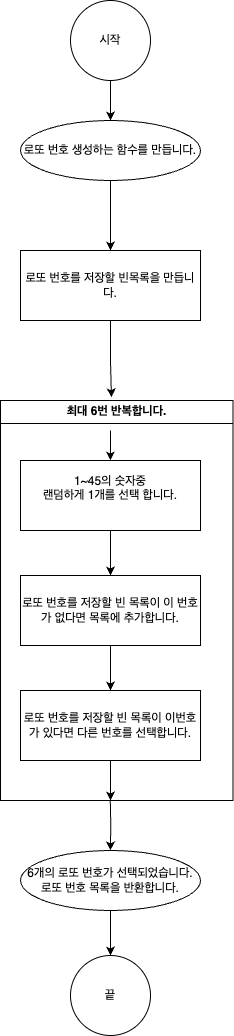
This is step1.drawio.png from yagom-academy/swift-starter-Round2, a draw.io export, as it was before one commit. Source tidied: cells renumbered, new cells last; positions are measured from the earlier drawing's top-left corner, leaving out a move shared by most shapes. Its diagram source:
```xml
<mxGraphModel>
  <root>
    <mxCell id="0" />
    <mxCell id="1" parent="0" />
    <mxCell id="2" style="edgeStyle=orthogonalEdgeStyle;rounded=0;jettySize=auto;html=1;" parent="1" edge="1" source="3" target="5">
      <mxGeometry relative="1" as="geometry" />
    </mxCell>
    <mxCell id="3" value="로또 번호 생성하는 함수를 만듭니다." style="ellipse;whiteSpace=wrap;html=1;" parent="1" vertex="1">
      <mxGeometry x="20" y="120" width="180" height="60" as="geometry" />
    </mxCell>
    <mxCell id="4" style="edgeStyle=orthogonalEdgeStyle;rounded=0;jettySize=auto;html=1;entryX=0.477;entryY=-0.008;entryDx=0;entryDy=0;entryPerimeter=0;" parent="1" edge="1" source="5" target="9">
      <mxGeometry relative="1" as="geometry" />
    </mxCell>
    <mxCell id="5" value="로또 번호를 저장할 빈목록을 만듭니다." style="whiteSpace=wrap;html=1;align=center;" parent="1" vertex="1">
      <mxGeometry x="20" y="250" width="180" height="70" as="geometry" />
    </mxCell>
    <mxCell id="6" style="edgeStyle=orthogonalEdgeStyle;rounded=0;jettySize=auto;html=1;entryX=0.5;entryY=0;entryDx=0;entryDy=0;" parent="1" edge="1" source="7" target="19">
      <mxGeometry relative="1" as="geometry" />
    </mxCell>
    <mxCell id="7" value="6개의 로또 번호가 선택되었습니다.&lt;br&gt;로또 번호 목록을 반환합니다." style="ellipse;whiteSpace=wrap;html=1;" parent="1" vertex="1">
      <mxGeometry x="20" y="850" width="180" height="60" as="geometry" />
    </mxCell>
    <mxCell id="8" style="edgeStyle=orthogonalEdgeStyle;rounded=0;orthogonalLoop=1;jettySize=auto;html=1;entryX=0.535;entryY=0;entryDx=0;entryDy=0;entryPerimeter=0;" parent="1" edge="1">
      <mxGeometry relative="1" as="geometry">
        <mxPoint x="109.8" y="800" as="sourcePoint" />
        <mxPoint x="109.9" y="850" as="targetPoint" />
      </mxGeometry>
    </mxCell>
    <mxCell id="9" value="최대 6번 반복합니다." style="swimlane;whiteSpace=wrap;html=1;" parent="1" vertex="1">
      <mxGeometry y="400" width="232.5" height="400" as="geometry" />
    </mxCell>
    <mxCell id="10" style="edgeStyle=orthogonalEdgeStyle;rounded=0;jettySize=auto;html=1;entryX=0.5;entryY=0;entryDx=0;entryDy=0;" parent="9" edge="1" source="11" target="13">
      <mxGeometry relative="1" as="geometry" />
    </mxCell>
    <mxCell id="11" value="1~45의 숫자중 &lt;br&gt;랜덤하게 1개를 선택 합니다.&lt;br&gt;&amp;nbsp;" style="whiteSpace=wrap;html=1;align=center;" parent="9" vertex="1">
      <mxGeometry x="20" y="60" width="180" height="70" as="geometry" />
    </mxCell>
    <mxCell id="12" style="edgeStyle=orthogonalEdgeStyle;rounded=0;jettySize=auto;html=1;entryX=0.5;entryY=0;entryDx=0;entryDy=0;" parent="9" edge="1" source="13" target="15">
      <mxGeometry relative="1" as="geometry" />
    </mxCell>
    <mxCell id="13" value="로또 번호를 저장할 빈 목록이 이 번호가 없다면 목록에 추가합니다." style="whiteSpace=wrap;html=1;align=center;" parent="9" vertex="1">
      <mxGeometry x="20" y="175" width="180" height="70" as="geometry" />
    </mxCell>
    <mxCell id="14" style="edgeStyle=orthogonalEdgeStyle;rounded=0;jettySize=auto;html=1;" parent="9" edge="1" source="15">
      <mxGeometry relative="1" as="geometry">
        <mxPoint x="110" y="400" as="targetPoint" />
      </mxGeometry>
    </mxCell>
    <mxCell id="15" value="로또 번호를 저장할 빈 목록이 이번호가 있다면 다른 번호를 선택합니다." style="whiteSpace=wrap;html=1;align=center;" parent="9" vertex="1">
      <mxGeometry x="20" y="290" width="180" height="70" as="geometry" />
    </mxCell>
    <mxCell id="16" style="edgeStyle=orthogonalEdgeStyle;rounded=0;orthogonalLoop=1;jettySize=auto;html=1;entryX=0.5;entryY=0;entryDx=0;entryDy=0;" parent="9" edge="1">
      <mxGeometry relative="1" as="geometry">
        <mxPoint x="110" y="30" as="sourcePoint" />
        <mxPoint x="109.9" y="60" as="targetPoint" />
      </mxGeometry>
    </mxCell>
    <mxCell id="17" style="edgeStyle=orthogonalEdgeStyle;rounded=0;jettySize=auto;html=1;entryX=0.5;entryY=0;entryDx=0;entryDy=0;" parent="1" edge="1" source="18" target="3">
      <mxGeometry relative="1" as="geometry" />
    </mxCell>
    <mxCell id="18" value="시작" style="ellipse;whiteSpace=wrap;html=1;" parent="1" vertex="1">
      <mxGeometry x="70" width="80" height="80" as="geometry" />
    </mxCell>
    <mxCell id="19" value="끝" style="ellipse;whiteSpace=wrap;html=1;" parent="1" vertex="1">
      <mxGeometry x="70" y="955" width="80" height="80" as="geometry" />
    </mxCell>
  </root>
</mxGraphModel>
```
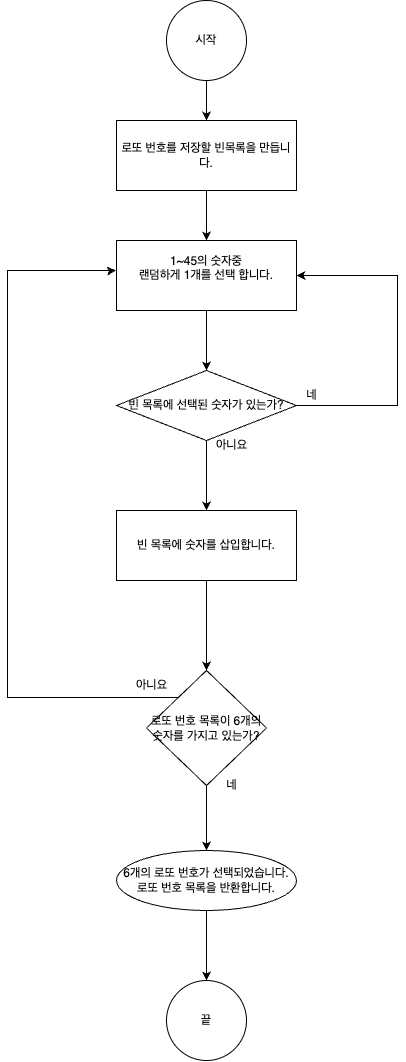
The same file after the commit.

Commit message:
Week2 [STEP 1] smith_ flowchartUpdate_addConditionalStatwmwnt

Diff of the diagram source:
```diff
@@ -2,17 +2,11 @@
   <root>
     <mxCell id="0" />
     <mxCell id="1" parent="0" />
-    <mxCell id="2" style="edgeStyle=orthogonalEdgeStyle;rounded=0;jettySize=auto;html=1;" parent="1" edge="1" source="3" target="5">
-      <mxGeometry relative="1" as="geometry" />
-    </mxCell>
-    <mxCell id="3" value="로또 번호 생성하는 함수를 만듭니다." style="ellipse;whiteSpace=wrap;html=1;" parent="1" vertex="1">
-      <mxGeometry x="20" y="120" width="180" height="60" as="geometry" />
-    </mxCell>
-    <mxCell id="4" style="edgeStyle=orthogonalEdgeStyle;rounded=0;jettySize=auto;html=1;entryX=0.477;entryY=-0.008;entryDx=0;entryDy=0;entryPerimeter=0;" parent="1" edge="1" source="5" target="9">
-      <mxGeometry relative="1" as="geometry" />
-    </mxCell>
+    <mxCell id="20" style="edgeStyle=orthogonalEdgeStyle;rounded=0;jettySize=auto;html=1;entryX=0.5;entryY=0;entryDx=0;entryDy=0;" parent="1" edge="1" source="5" target="11">
+      <mxGeometry relative="1" as="geometry" />
+    </mxCell>
     <mxCell id="5" value="로또 번호를 저장할 빈목록을 만듭니다." style="whiteSpace=wrap;html=1;align=center;" parent="1" vertex="1">
-      <mxGeometry x="20" y="250" width="180" height="70" as="geometry" />
+      <mxGeometry x="20" y="120" width="180" height="70" as="geometry" />
     </mxCell>
     <mxCell id="6" style="edgeStyle=orthogonalEdgeStyle;rounded=0;jettySize=auto;html=1;entryX=0.5;entryY=0;entryDx=0;entryDy=0;" parent="1" edge="1" source="7" target="19">
       <mxGeometry relative="1" as="geometry" />
@@ -20,49 +14,69 @@
     <mxCell id="7" value="6개의 로또 번호가 선택되었습니다.&lt;br&gt;로또 번호 목록을 반환합니다." style="ellipse;whiteSpace=wrap;html=1;" parent="1" vertex="1">
       <mxGeometry x="20" y="850" width="180" height="60" as="geometry" />
     </mxCell>
-    <mxCell id="8" style="edgeStyle=orthogonalEdgeStyle;rounded=0;orthogonalLoop=1;jettySize=auto;html=1;entryX=0.535;entryY=0;entryDx=0;entryDy=0;entryPerimeter=0;" parent="1" edge="1">
-      <mxGeometry relative="1" as="geometry">
-        <mxPoint x="109.8" y="800" as="sourcePoint" />
-        <mxPoint x="109.9" y="850" as="targetPoint" />
-      </mxGeometry>
-    </mxCell>
-    <mxCell id="9" value="최대 6번 반복합니다." style="swimlane;whiteSpace=wrap;html=1;" parent="1" vertex="1">
-      <mxGeometry y="400" width="232.5" height="400" as="geometry" />
-    </mxCell>
-    <mxCell id="10" style="edgeStyle=orthogonalEdgeStyle;rounded=0;jettySize=auto;html=1;entryX=0.5;entryY=0;entryDx=0;entryDy=0;" parent="9" edge="1" source="11" target="13">
-      <mxGeometry relative="1" as="geometry" />
-    </mxCell>
-    <mxCell id="11" value="1~45의 숫자중 &lt;br&gt;랜덤하게 1개를 선택 합니다.&lt;br&gt;&amp;nbsp;" style="whiteSpace=wrap;html=1;align=center;" parent="9" vertex="1">
-      <mxGeometry x="20" y="60" width="180" height="70" as="geometry" />
-    </mxCell>
-    <mxCell id="12" style="edgeStyle=orthogonalEdgeStyle;rounded=0;jettySize=auto;html=1;entryX=0.5;entryY=0;entryDx=0;entryDy=0;" parent="9" edge="1" source="13" target="15">
-      <mxGeometry relative="1" as="geometry" />
-    </mxCell>
-    <mxCell id="13" value="로또 번호를 저장할 빈 목록이 이 번호가 없다면 목록에 추가합니다." style="whiteSpace=wrap;html=1;align=center;" parent="9" vertex="1">
-      <mxGeometry x="20" y="175" width="180" height="70" as="geometry" />
-    </mxCell>
-    <mxCell id="14" style="edgeStyle=orthogonalEdgeStyle;rounded=0;jettySize=auto;html=1;" parent="9" edge="1" source="15">
-      <mxGeometry relative="1" as="geometry">
-        <mxPoint x="110" y="400" as="targetPoint" />
-      </mxGeometry>
-    </mxCell>
-    <mxCell id="15" value="로또 번호를 저장할 빈 목록이 이번호가 있다면 다른 번호를 선택합니다." style="whiteSpace=wrap;html=1;align=center;" parent="9" vertex="1">
-      <mxGeometry x="20" y="290" width="180" height="70" as="geometry" />
-    </mxCell>
-    <mxCell id="16" style="edgeStyle=orthogonalEdgeStyle;rounded=0;orthogonalLoop=1;jettySize=auto;html=1;entryX=0.5;entryY=0;entryDx=0;entryDy=0;" parent="9" edge="1">
-      <mxGeometry relative="1" as="geometry">
-        <mxPoint x="110" y="30" as="sourcePoint" />
-        <mxPoint x="109.9" y="60" as="targetPoint" />
-      </mxGeometry>
-    </mxCell>
-    <mxCell id="17" style="edgeStyle=orthogonalEdgeStyle;rounded=0;jettySize=auto;html=1;entryX=0.5;entryY=0;entryDx=0;entryDy=0;" parent="1" edge="1" source="18" target="3">
-      <mxGeometry relative="1" as="geometry" />
+    <mxCell id="17" style="edgeStyle=orthogonalEdgeStyle;rounded=0;jettySize=auto;html=1;entryX=0.5;entryY=0;entryDx=0;entryDy=0;" parent="1" edge="1" source="18">
+      <mxGeometry relative="1" as="geometry">
+        <mxPoint x="110" y="120" as="targetPoint" />
+      </mxGeometry>
     </mxCell>
     <mxCell id="18" value="시작" style="ellipse;whiteSpace=wrap;html=1;" parent="1" vertex="1">
       <mxGeometry x="70" width="80" height="80" as="geometry" />
     </mxCell>
     <mxCell id="19" value="끝" style="ellipse;whiteSpace=wrap;html=1;" parent="1" vertex="1">
-      <mxGeometry x="70" y="955" width="80" height="80" as="geometry" />
+      <mxGeometry x="70" y="980" width="80" height="80" as="geometry" />
     </mxCell>
+    <mxCell id="21" style="edgeStyle=orthogonalEdgeStyle;rounded=0;jettySize=auto;html=1;entryX=0.5;entryY=0;entryDx=0;entryDy=0;" parent="1" edge="1" source="11" target="15">
+      <mxGeometry relative="1" as="geometry" />
+    </mxCell>
+    <mxCell id="11" value="1~45의 숫자중 &lt;br&gt;랜덤하게 1개를 선택 합니다.&lt;br&gt;&amp;nbsp;" style="whiteSpace=wrap;html=1;align=center;" parent="1" vertex="1">
+      <mxGeometry x="20" y="240" width="180" height="70" as="geometry" />
+    </mxCell>
+    <mxCell id="22" style="edgeStyle=orthogonalEdgeStyle;rounded=0;jettySize=auto;html=1;entryX=0.5;entryY=0;entryDx=0;entryDy=0;" parent="1" edge="1" source="13" target="27">
+      <mxGeometry relative="1" as="geometry" />
+    </mxCell>
+    <mxCell id="13" value="빈 목록에 숫자를 삽입합니다." style="whiteSpace=wrap;html=1;align=center;" parent="1" vertex="1">
+      <mxGeometry x="20" y="510" width="180" height="70" as="geometry" />
+    </mxCell>
+    <mxCell id="23" style="edgeStyle=orthogonalEdgeStyle;rounded=0;jettySize=auto;html=1;entryX=0.5;entryY=0;entryDx=0;entryDy=0;" parent="1" edge="1" source="15" target="13">
+      <mxGeometry relative="1" as="geometry" />
+    </mxCell>
+    <mxCell id="24" style="edgeStyle=orthogonalEdgeStyle;rounded=0;jettySize=auto;html=1;entryX=1;entryY=0.5;entryDx=0;entryDy=0;" parent="1" edge="1" source="15" target="11">
+      <mxGeometry relative="1" as="geometry">
+        <Array as="points">
+          <mxPoint x="301" y="405" />
+          <mxPoint x="301" y="275" />
+        </Array>
+      </mxGeometry>
+    </mxCell>
+    <mxCell id="15" value="빈 목록에 선택된 숫자가 있는가?" style="rhombus;whiteSpace=wrap;html=1;" parent="1" vertex="1">
+      <mxGeometry x="20" y="370" width="180" height="70" as="geometry" />
+    </mxCell>
+    <mxCell id="25" style="edgeStyle=orthogonalEdgeStyle;rounded=0;jettySize=auto;html=1;" parent="1" edge="1" source="27" target="7">
+      <mxGeometry relative="1" as="geometry" />
+    </mxCell>
+    <mxCell id="26" style="edgeStyle=orthogonalEdgeStyle;rounded=0;jettySize=auto;html=1;entryX=-0.003;entryY=0.426;entryDx=0;entryDy=0;entryPerimeter=0;" parent="1" edge="1" source="27" target="11">
+      <mxGeometry relative="1" as="geometry">
+        <Array as="points">
+          <mxPoint x="-89" y="697" />
+          <mxPoint x="-89" y="270" />
+          <mxPoint x="17" y="270" />
+        </Array>
+      </mxGeometry>
+    </mxCell>
+    <mxCell id="27" value="로또 번호 목록이 6개의 숫자를 가지고 있는가?" style="rhombus;whiteSpace=wrap;html=1;" parent="1" vertex="1">
+      <mxGeometry x="50" y="670" width="120" height="115" as="geometry" />
+    </mxCell>
+    <mxCell id="28" value="아니요" style="text;html=1;align=center;verticalAlign=middle;strokeColor=none;fillColor=none;" parent="1" vertex="1">
+      <mxGeometry x="110" y="430" width="50" height="30" as="geometry" />
+    </mxCell>
+    <mxCell id="29" value="네" style="text;html=1;align=center;verticalAlign=middle;strokeColor=none;fillColor=none;" parent="1" vertex="1">
+      <mxGeometry x="200" y="380" width="30" height="30" as="geometry" />
+    </mxCell>
+    <mxCell id="30" value="아니요" style="text;html=1;align=center;verticalAlign=middle;strokeColor=none;fillColor=none;" parent="1" vertex="1">
+      <mxGeometry x="30" y="670" width="50" height="30" as="geometry" />
+    </mxCell>
+    <mxCell id="31" value="네" style="text;html=1;align=center;verticalAlign=middle;strokeColor=none;fillColor=none;" parent="1" vertex="1">
+      <mxGeometry x="120" y="770" width="30" height="30" as="geometry" />
+    </mxCell>
   </root>
 </mxGraphModel>
```
